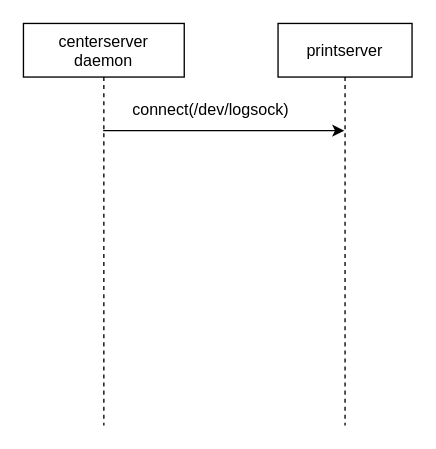
Above: 未命名绘图.drawio in zhen-NA/draw_dia (draw.io), before the change. Source tidied: cells renumbered, new cells numbered last; positions are measured from the earlier drawing's top-left corner, leaving out a move shared by most shapes. Both pictures are drawn from the tidied source at 134%, with x=0, y=0 at pixel (23, 23).
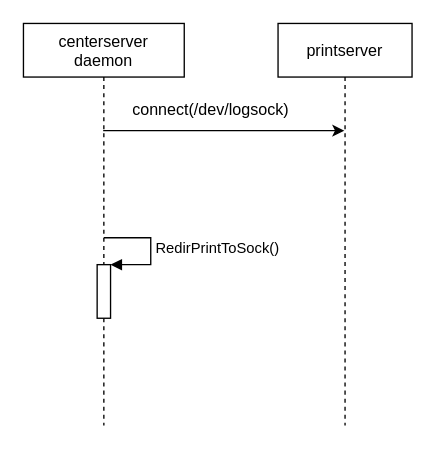
Above is the later version.

Commit message (it also covers changes not shown here):
更新未命名绘图.drawio

Change to the diagram source:
```diff
@@
 <mxGraphModel>
   <root>
     <mxCell id="0" />
     <mxCell id="1" parent="0" />
     <mxCell id="2" value="centerserver&#10;daemon" style="shape=umlLifeline;perimeter=lifelinePerimeter;rounded=0;shadow=0;strokeWidth=1;" parent="1" vertex="1">
       <mxGeometry width="120" height="300" as="geometry" />
     </mxCell>
+    <mxCell id="6" style="html=1;points=[];perimeter=orthogonalPerimeter;" parent="2" vertex="1">
+      <mxGeometry x="55" y="180" width="10" height="40" as="geometry" />
+    </mxCell>
+    <mxCell id="7" value="RedirPrintToSock()" style="edgeStyle=orthogonalEdgeStyle;html=1;align=left;spacingLeft=2;endArrow=block;rounded=0;entryX=1;entryY=0;exitX=0.5;exitY=0.533;exitDx=0;exitDy=0;exitPerimeter=0;" parent="2" edge="1" source="2" target="6">
+      <mxGeometry relative="1" as="geometry">
+        <Array as="points">
+          <mxPoint x="95" y="160" />
+          <mxPoint x="95" y="180" />
+        </Array>
+      </mxGeometry>
+    </mxCell>
     <mxCell id="3" value="printserver" style="shape=umlLifeline;perimeter=lifelinePerimeter;rounded=0;shadow=0;strokeWidth=1;" parent="1" vertex="1">
       <mxGeometry x="190" width="100" height="300" as="geometry" />
     </mxCell>
     <mxCell id="4" style="endArrow=classic;html=1;rounded=0;" parent="1" edge="1" source="2" target="3">
       <mxGeometry relative="1" as="geometry">
         <Array as="points">
           <mxPoint x="130" y="80" />
         </Array>
       </mxGeometry>
     </mxCell>
     <mxCell id="5" value="connect(/dev/logsock)" style="text;html=1;strokeColor=none;fillColor=none;align=center;verticalAlign=middle;whiteSpace=wrap;rounded=0;" parent="1" vertex="1">
       <mxGeometry x="110" y="50" width="60" height="30" as="geometry" />
     </mxCell>
   </root>
 </mxGraphModel>
```
